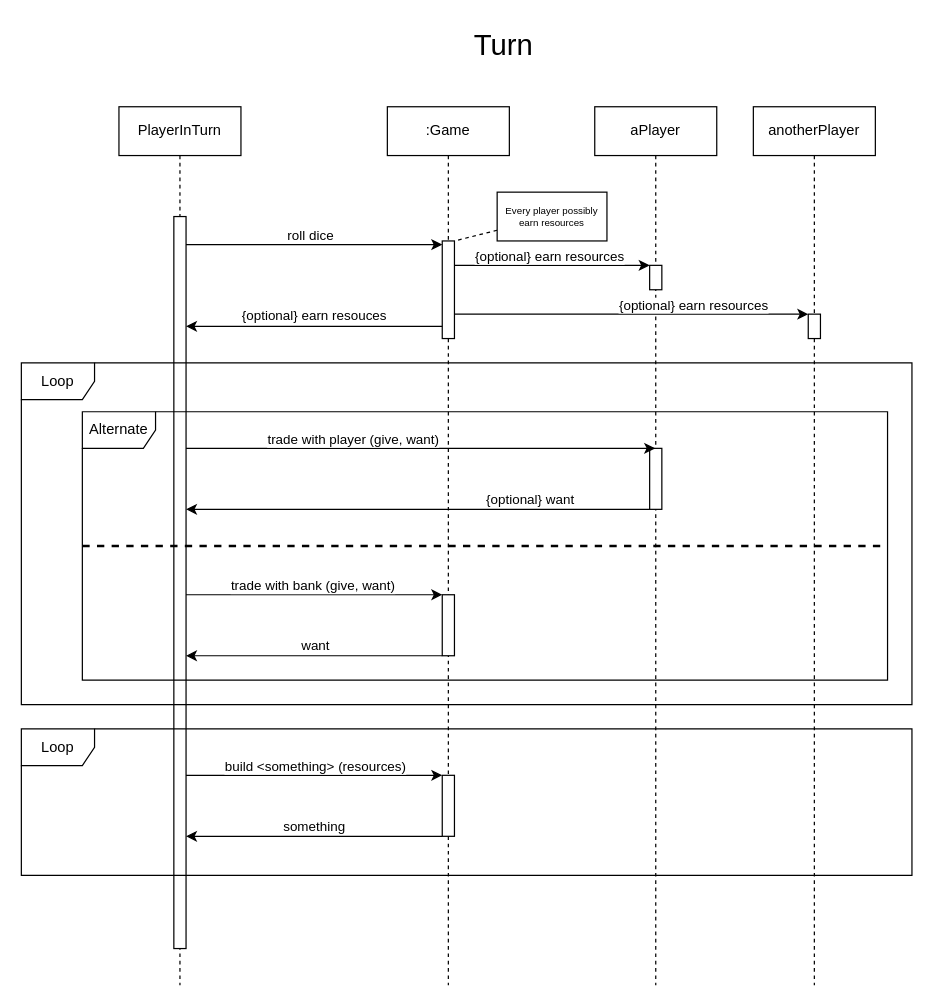
Earlier version of the draw.io diagram page "Sequence" (3 of 3) of scatan.drawio (zucchero-sintattico/pps-22-scatan). Source tidied: cells renumbered, new cells numbered last; positions are measured from the earlier drawing's top-left corner, leaving out a move shared by most shapes. Both pictures are drawn from the tidied source at 122%, with x=0, y=0 at pixel (21, 21).
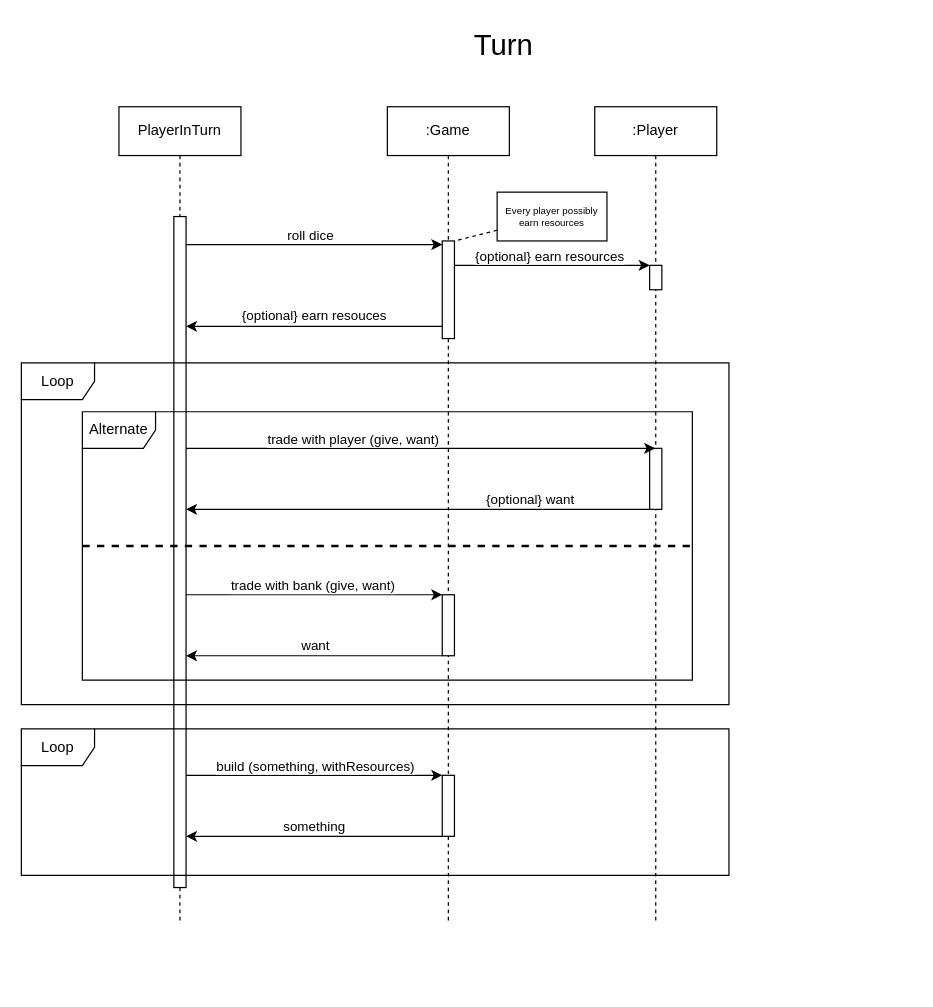
The same diagram, later.

The change refers to these unchanged cells:
```xml
<mxCell id="5" style="html=1;points=[[0,0,0,0,5],[0,1,0,0,-5],[1,0,0,0,5],[1,1,0,0,-5]];perimeter=orthogonalPerimeter;outlineConnect=0;targetShapes=umlLifeline;portConstraint=eastwest;newEdgeStyle={&quot;curved&quot;:0,&quot;rounded&quot;:0};" parent="4" vertex="1">
  <mxGeometry x="45" y="110" width="10" height="80" as="geometry" />
</mxCell>
<mxCell id="30" style="edgeStyle=orthogonalEdgeStyle;rounded=0;orthogonalLoop=1;jettySize=auto;html=1;curved=0;entryX=0;entryY=0;entryDx=0;entryDy=5;entryPerimeter=0;" parent="1" edge="1">
  <mxGeometry relative="1" as="geometry">
    <mxPoint x="135" y="618" as="sourcePoint" />
    <mxPoint x="345" y="618" as="targetPoint" />
    <Array as="points">
      <mxPoint x="180" y="618" />
      <mxPoint x="180" y="618" />
    </Array>
  </mxGeometry>
</mxCell>
```

The edit, as a diff of the source:
```diff
@@
     <mxCell id="2" value="PlayerInTurn" style="shape=umlLifeline;perimeter=lifelinePerimeter;whiteSpace=wrap;html=1;newEdgeStyle={&quot;curved&quot;:0,&quot;rounded&quot;:0};" parent="1" vertex="1">
-      <mxGeometry x="80" y="70" width="100" height="720" as="geometry" />
+      <mxGeometry x="80" y="70" width="100" height="670" as="geometry" />
     </mxCell>
     <mxCell id="3" style="html=1;points=[[0,0,0,0,5],[0,1,0,0,-5],[1,0,0,0,5],[1,1,0,0,-5]];perimeter=orthogonalPerimeter;outlineConnect=0;targetShapes=umlLifeline;portConstraint=eastwest;newEdgeStyle={&quot;curved&quot;:0,&quot;rounded&quot;:0};" parent="2" vertex="1">
-      <mxGeometry x="45" y="90" width="10" height="600" as="geometry" />
+      <mxGeometry x="45" y="90" width="10" height="550" as="geometry" />
     </mxCell>
     <mxCell id="4" value=":Game" style="shape=umlLifeline;perimeter=lifelinePerimeter;whiteSpace=wrap;html=1;newEdgeStyle={&quot;curved&quot;:0,&quot;rounded&quot;:0};" parent="1" vertex="1">
-      <mxGeometry x="300" y="70" width="100" height="720" as="geometry" />
+      <mxGeometry x="300" y="70" width="100" height="670" as="geometry" />
     </mxCell>
@@
-    <mxCell id="8" value="aPlayer" style="shape=umlLifeline;perimeter=lifelinePerimeter;whiteSpace=wrap;html=1;outlineConnect=0;portConstraint=eastwest;newEdgeStyle={&quot;curved&quot;:0,&quot;rounded&quot;:0};" parent="1" vertex="1">
-      <mxGeometry x="470" y="70" width="100" height="720" as="geometry" />
+    <mxCell id="8" value=":Player" style="shape=umlLifeline;perimeter=lifelinePerimeter;whiteSpace=wrap;html=1;outlineConnect=0;portConstraint=eastwest;newEdgeStyle={&quot;curved&quot;:0,&quot;rounded&quot;:0};" parent="1" vertex="1">
+      <mxGeometry x="470" y="70" width="100" height="670" as="geometry" />
     </mxCell>
@@
-    <mxCell id="15" value="anotherPlayer" style="shape=umlLifeline;perimeter=lifelinePerimeter;whiteSpace=wrap;html=1;newEdgeStyle={&quot;curved&quot;:0,&quot;rounded&quot;:0};" parent="1" vertex="1">
-      <mxGeometry x="600" y="70" width="100" height="720" as="geometry" />
-    </mxCell>
-    <mxCell id="16" style="html=1;points=[[0,0,0,0,5],[0,1,0,0,-5],[1,0,0,0,5],[1,1,0,0,-5]];perimeter=orthogonalPerimeter;outlineConnect=0;targetShapes=umlLifeline;portConstraint=eastwest;newEdgeStyle={&quot;curved&quot;:0,&quot;rounded&quot;:0};" parent="15" vertex="1">
-      <mxGeometry x="45" y="170" width="10" height="20" as="geometry" />
-    </mxCell>
-    <mxCell id="17" style="edgeStyle=orthogonalEdgeStyle;rounded=0;jettySize=auto;html=1;curved=0;" parent="1" edge="1" source="5" target="16">
-      <mxGeometry relative="1" as="geometry">
-        <Array as="points">
-          <mxPoint x="430" y="240" />
-          <mxPoint x="430" y="240" />
-        </Array>
-      </mxGeometry>
-    </mxCell>
-    <mxCell id="18" value="{optional} earn resources" style="edgeLabel;html=1;align=center;verticalAlign=middle;" parent="1" vertex="1">
-      <mxGeometry x="550" y="232" as="geometry" />
-    </mxCell>
@@
-    <mxCell id="31" value="build &amp;lt;something&amp;gt; (resources)" style="edgeLabel;html=1;align=center;verticalAlign=middle;" parent="30" vertex="1">
+    <mxCell id="31" value="build (something, withResources)" style="edgeLabel;html=1;align=center;verticalAlign=middle;" parent="30" vertex="1">
       <mxGeometry y="1" relative="1" as="geometry">
         <mxPoint y="-7" as="offset" />
       </mxGeometry>
     </mxCell>
@@
     <mxCell id="34" value="Alternate" style="shape=umlFrame;whiteSpace=wrap;html=1;" parent="1" vertex="1">
-      <mxGeometry x="50" y="320" width="660" height="220" as="geometry" />
+      <mxGeometry x="50" y="320" width="500" height="220" as="geometry" />
     </mxCell>
     <mxCell id="35" value="Loop" style="shape=umlFrame;whiteSpace=wrap;html=1;" parent="1" vertex="1">
-      <mxGeometry y="580" width="730" height="120" as="geometry" />
+      <mxGeometry y="580" width="580" height="120" as="geometry" />
     </mxCell>
     <mxCell id="36" value="Loop" style="shape=umlFrame;whiteSpace=wrap;html=1;" parent="1" vertex="1">
-      <mxGeometry y="280" width="730" height="280" as="geometry" />
+      <mxGeometry y="280" width="580" height="280" as="geometry" />
     </mxCell>
     <mxCell id="37" style="line;strokeWidth=2;fillColor=none;align=left;verticalAlign=middle;spacingTop=-1;spacingLeft=3;spacingRight=3;labelPosition=right;strokeColor=inherit;dashed=1;" parent="1" vertex="1">
-      <mxGeometry x="50" y="426" width="660" height="8" as="geometry" />
+      <mxGeometry x="50" y="426" width="500" height="8" as="geometry" />
     </mxCell>
```
